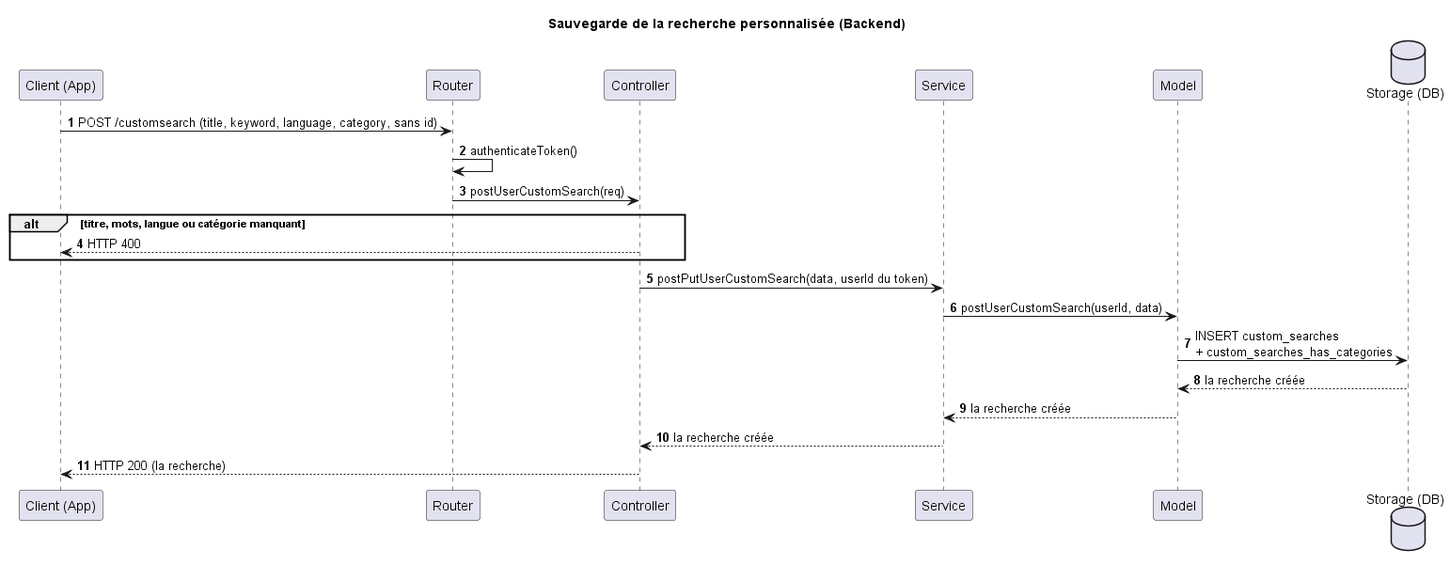
The PlantUML diagram docs/UML/search-history-save-diagram-Sauvegarde_de_la_recherche_personnalisée__Backend_.png in TPI2026-NewsGenerator/NewsGenerator-Backend, before a commit.
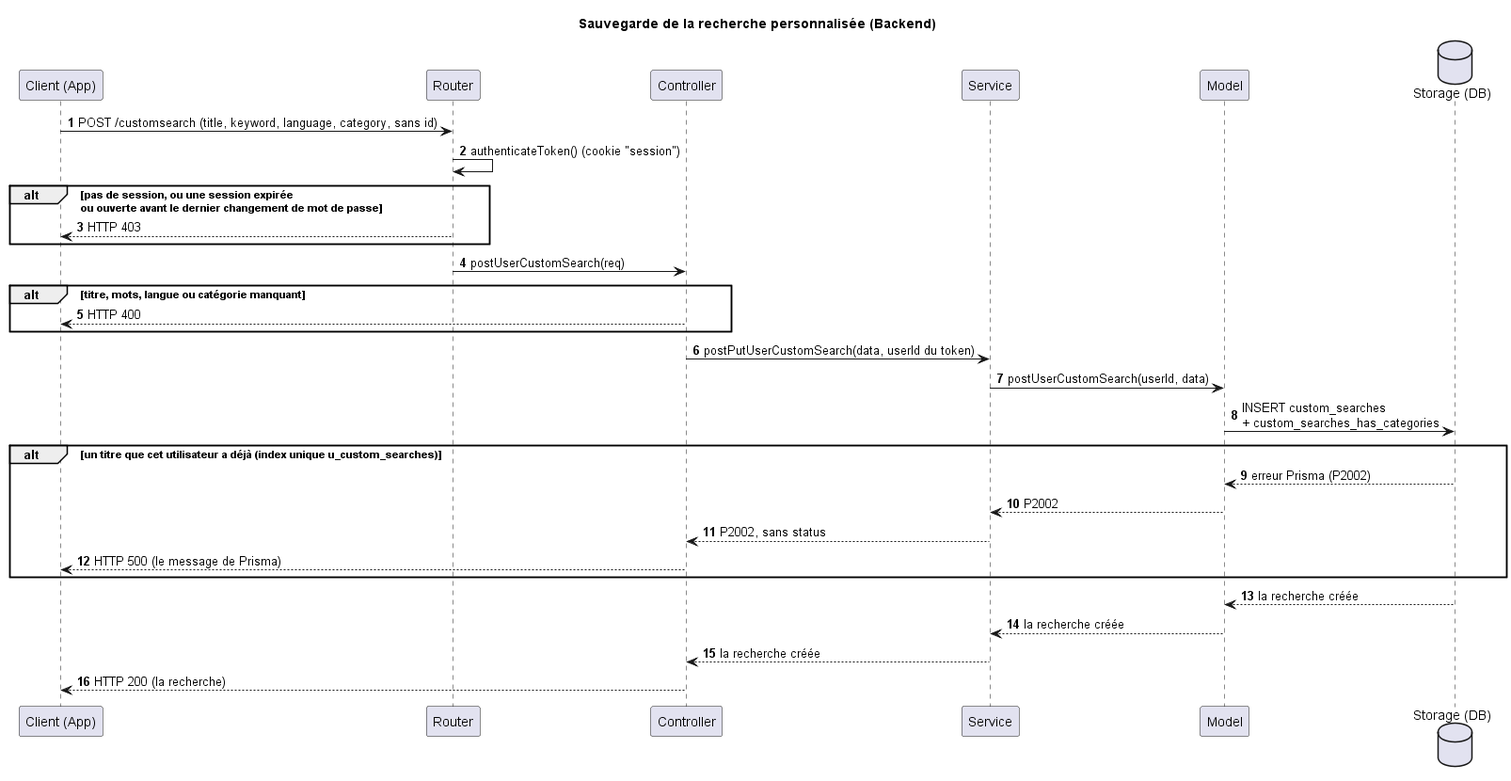
The same diagram one commit later.

Change to the diagram source:
```diff
@@ -10,7 +10,10 @@
 database "Storage (DB)" as Storage
 
 Client -> Router : POST /customsearch (title, keyword, language, category, sans id)
-Router -> Router : authenticateToken()
+Router -> Router : authenticateToken() (cookie "session")
+alt pas de session, ou une session expirée\nou ouverte avant le dernier changement de mot de passe
+    Router --> Client : HTTP 403
+end
 Router -> Controller : postUserCustomSearch(req)
 alt titre, mots, langue ou catégorie manquant
     Controller --> Client : HTTP 400
@@ -18,6 +21,12 @@
 Controller -> Service : postPutUserCustomSearch(data, userId du token)
 Service -> Model : postUserCustomSearch(userId, data)
 Model -> Storage : INSERT custom_searches\n+ custom_searches_has_categories
+alt un titre que cet utilisateur a déjà (index unique u_custom_searches)
+    Storage --> Model : erreur Prisma (P2002)
+    Model --> Service : P2002
+    Service --> Controller : P2002, sans status
+    Controller --> Client : HTTP 500 (le message de Prisma)
+end
 Storage --> Model : la recherche créée
 Model --> Service : la recherche créée
 Service --> Controller : la recherche créée
```
